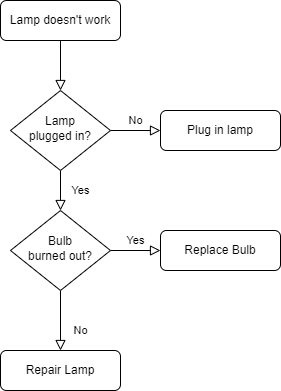
Above: 2_Architecture/Untitled Diagram.drawio.png in T-Aiswarya/M1_busreservation (draw.io), before the change. Source tidied: cells renumbered, new cells last; positions are measured from the earlier drawing's top-left corner, leaving out a move shared by most shapes. Its diagram source:
```xml
<mxGraphModel>
  <root>
    <mxCell id="0" />
    <mxCell id="1" parent="0" />
    <mxCell id="2" style="rounded=0;html=1;jettySize=auto;fontSize=11;endArrow=block;endFill=0;endSize=8;strokeWidth=1;shadow=0;labelBackgroundColor=none;edgeStyle=orthogonalEdgeStyle;" parent="1" edge="1" source="3" target="6">
      <mxGeometry relative="1" as="geometry" />
    </mxCell>
    <mxCell id="3" value="Lamp doesn't work" style="rounded=1;whiteSpace=wrap;html=1;fontSize=12;glass=0;strokeWidth=1;shadow=0;" parent="1" vertex="1">
      <mxGeometry width="120" height="40" as="geometry" />
    </mxCell>
    <mxCell id="4" value="Yes" style="rounded=0;html=1;jettySize=auto;fontSize=11;endArrow=block;endFill=0;endSize=8;strokeWidth=1;shadow=0;labelBackgroundColor=none;edgeStyle=orthogonalEdgeStyle;" parent="1" edge="1" source="6" target="10">
      <mxGeometry y="20" relative="1" as="geometry" />
    </mxCell>
    <mxCell id="5" value="No" style="edgeStyle=orthogonalEdgeStyle;rounded=0;html=1;jettySize=auto;fontSize=11;endArrow=block;endFill=0;endSize=8;strokeWidth=1;shadow=0;labelBackgroundColor=none;" parent="1" edge="1" source="6" target="7">
      <mxGeometry y="10" relative="1" as="geometry" />
    </mxCell>
    <mxCell id="6" value="Lamp&lt;br&gt;plugged in?" style="rhombus;whiteSpace=wrap;html=1;shadow=0;fontFamily=Helvetica;fontSize=12;align=center;strokeWidth=1;spacing=6;spacingTop=-4;" parent="1" vertex="1">
      <mxGeometry x="10" y="90" width="100" height="80" as="geometry" />
    </mxCell>
    <mxCell id="7" value="Plug in lamp" style="rounded=1;whiteSpace=wrap;html=1;fontSize=12;glass=0;strokeWidth=1;shadow=0;" parent="1" vertex="1">
      <mxGeometry x="160" y="110" width="120" height="40" as="geometry" />
    </mxCell>
    <mxCell id="8" value="No" style="rounded=0;html=1;jettySize=auto;fontSize=11;endArrow=block;endFill=0;endSize=8;strokeWidth=1;shadow=0;labelBackgroundColor=none;edgeStyle=orthogonalEdgeStyle;" parent="1" edge="1" source="10" target="11">
      <mxGeometry x="0.33" y="20" relative="1" as="geometry" />
    </mxCell>
    <mxCell id="9" value="Yes" style="edgeStyle=orthogonalEdgeStyle;rounded=0;html=1;jettySize=auto;fontSize=11;endArrow=block;endFill=0;endSize=8;strokeWidth=1;shadow=0;labelBackgroundColor=none;" parent="1" edge="1" source="10" target="12">
      <mxGeometry y="10" relative="1" as="geometry" />
    </mxCell>
    <mxCell id="10" value="Bulb&lt;br&gt;burned out?" style="rhombus;whiteSpace=wrap;html=1;shadow=0;fontFamily=Helvetica;fontSize=12;align=center;strokeWidth=1;spacing=6;spacingTop=-4;" parent="1" vertex="1">
      <mxGeometry x="10" y="210" width="100" height="80" as="geometry" />
    </mxCell>
    <mxCell id="11" value="Repair Lamp" style="rounded=1;whiteSpace=wrap;html=1;fontSize=12;glass=0;strokeWidth=1;shadow=0;" parent="1" vertex="1">
      <mxGeometry y="350" width="120" height="40" as="geometry" />
    </mxCell>
    <mxCell id="12" value="Replace Bulb" style="rounded=1;whiteSpace=wrap;html=1;fontSize=12;glass=0;strokeWidth=1;shadow=0;" parent="1" vertex="1">
      <mxGeometry x="160" y="230" width="120" height="40" as="geometry" />
    </mxCell>
  </root>
</mxGraphModel>
```
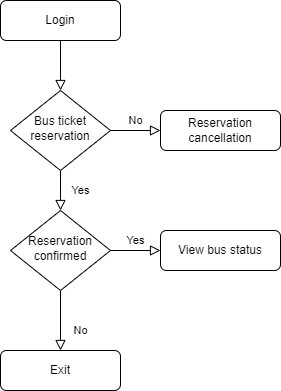
The same file after the commit.

Commit message:
flowchart bus reservation.png

The edit, as a diff of the source:
```diff
@@ -5,7 +5,7 @@
     <mxCell id="2" style="rounded=0;html=1;jettySize=auto;fontSize=11;endArrow=block;endFill=0;endSize=8;strokeWidth=1;shadow=0;labelBackgroundColor=none;edgeStyle=orthogonalEdgeStyle;" parent="1" edge="1" source="3" target="6">
       <mxGeometry relative="1" as="geometry" />
     </mxCell>
-    <mxCell id="3" value="Lamp doesn't work" style="rounded=1;whiteSpace=wrap;html=1;fontSize=12;glass=0;strokeWidth=1;shadow=0;" parent="1" vertex="1">
+    <mxCell id="3" value="Login" style="rounded=1;whiteSpace=wrap;html=1;fontSize=12;glass=0;strokeWidth=1;shadow=0;" parent="1" vertex="1">
       <mxGeometry width="120" height="40" as="geometry" />
     </mxCell>
     <mxCell id="4" value="Yes" style="rounded=0;html=1;jettySize=auto;fontSize=11;endArrow=block;endFill=0;endSize=8;strokeWidth=1;shadow=0;labelBackgroundColor=none;edgeStyle=orthogonalEdgeStyle;" parent="1" edge="1" source="6" target="10">
@@ -14,10 +14,10 @@
     <mxCell id="5" value="No" style="edgeStyle=orthogonalEdgeStyle;rounded=0;html=1;jettySize=auto;fontSize=11;endArrow=block;endFill=0;endSize=8;strokeWidth=1;shadow=0;labelBackgroundColor=none;" parent="1" edge="1" source="6" target="7">
       <mxGeometry y="10" relative="1" as="geometry" />
     </mxCell>
-    <mxCell id="6" value="Lamp&lt;br&gt;plugged in?" style="rhombus;whiteSpace=wrap;html=1;shadow=0;fontFamily=Helvetica;fontSize=12;align=center;strokeWidth=1;spacing=6;spacingTop=-4;" parent="1" vertex="1">
+    <mxCell id="6" value="Bus ticket reservation" style="rhombus;whiteSpace=wrap;html=1;shadow=0;fontFamily=Helvetica;fontSize=12;align=center;strokeWidth=1;spacing=6;spacingTop=-4;" parent="1" vertex="1">
       <mxGeometry x="10" y="90" width="100" height="80" as="geometry" />
     </mxCell>
-    <mxCell id="7" value="Plug in lamp" style="rounded=1;whiteSpace=wrap;html=1;fontSize=12;glass=0;strokeWidth=1;shadow=0;" parent="1" vertex="1">
+    <mxCell id="7" value="Reservation cancellation" style="rounded=1;whiteSpace=wrap;html=1;fontSize=12;glass=0;strokeWidth=1;shadow=0;" parent="1" vertex="1">
       <mxGeometry x="160" y="110" width="120" height="40" as="geometry" />
     </mxCell>
     <mxCell id="8" value="No" style="rounded=0;html=1;jettySize=auto;fontSize=11;endArrow=block;endFill=0;endSize=8;strokeWidth=1;shadow=0;labelBackgroundColor=none;edgeStyle=orthogonalEdgeStyle;" parent="1" edge="1" source="10" target="11">
@@ -26,13 +26,13 @@
     <mxCell id="9" value="Yes" style="edgeStyle=orthogonalEdgeStyle;rounded=0;html=1;jettySize=auto;fontSize=11;endArrow=block;endFill=0;endSize=8;strokeWidth=1;shadow=0;labelBackgroundColor=none;" parent="1" edge="1" source="10" target="12">
       <mxGeometry y="10" relative="1" as="geometry" />
     </mxCell>
-    <mxCell id="10" value="Bulb&lt;br&gt;burned out?" style="rhombus;whiteSpace=wrap;html=1;shadow=0;fontFamily=Helvetica;fontSize=12;align=center;strokeWidth=1;spacing=6;spacingTop=-4;" parent="1" vertex="1">
+    <mxCell id="10" value="Reservation&lt;br&gt;confirmed" style="rhombus;whiteSpace=wrap;html=1;shadow=0;fontFamily=Helvetica;fontSize=12;align=center;strokeWidth=1;spacing=6;spacingTop=-4;" parent="1" vertex="1">
       <mxGeometry x="10" y="210" width="100" height="80" as="geometry" />
     </mxCell>
-    <mxCell id="11" value="Repair Lamp" style="rounded=1;whiteSpace=wrap;html=1;fontSize=12;glass=0;strokeWidth=1;shadow=0;" parent="1" vertex="1">
+    <mxCell id="11" value="Exit" style="rounded=1;whiteSpace=wrap;html=1;fontSize=12;glass=0;strokeWidth=1;shadow=0;" parent="1" vertex="1">
       <mxGeometry y="350" width="120" height="40" as="geometry" />
     </mxCell>
-    <mxCell id="12" value="Replace Bulb" style="rounded=1;whiteSpace=wrap;html=1;fontSize=12;glass=0;strokeWidth=1;shadow=0;" parent="1" vertex="1">
+    <mxCell id="12" value="View bus status" style="rounded=1;whiteSpace=wrap;html=1;fontSize=12;glass=0;strokeWidth=1;shadow=0;" parent="1" vertex="1">
       <mxGeometry x="160" y="230" width="120" height="40" as="geometry" />
     </mxCell>
   </root>
```
